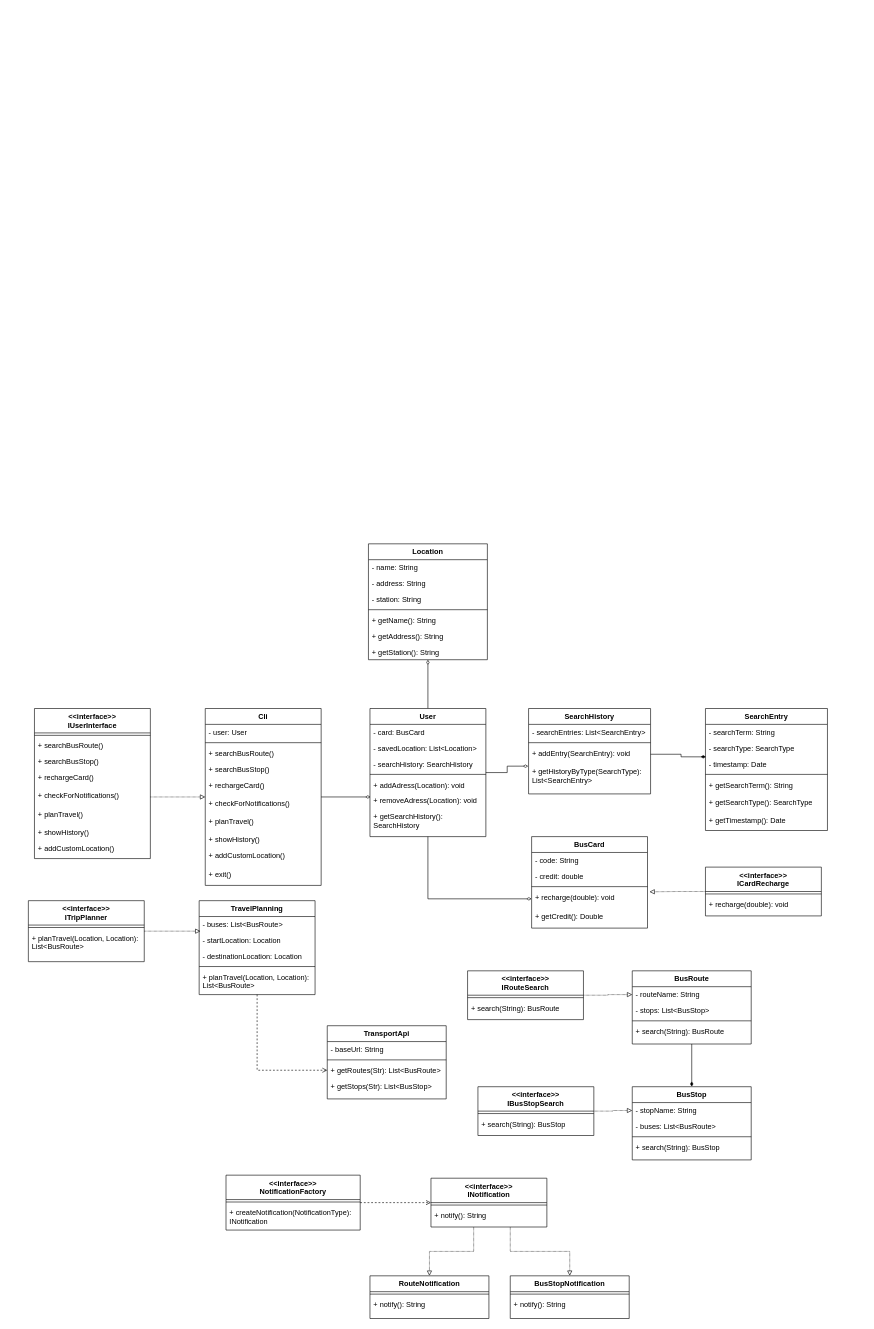
Earlier version of the draw.io diagram page "Class" (2 of 3) of diagrams.drawio (ProyectoFinalSoftwareModeling/SmartCommute). Source tidied: cells renumbered, new cells numbered last; positions are measured from the earlier drawing's top-left corner, leaving out a move shared by most shapes. Both pictures are drawn from the tidied source at 61%, with x=0, y=0 at pixel (28, 544).
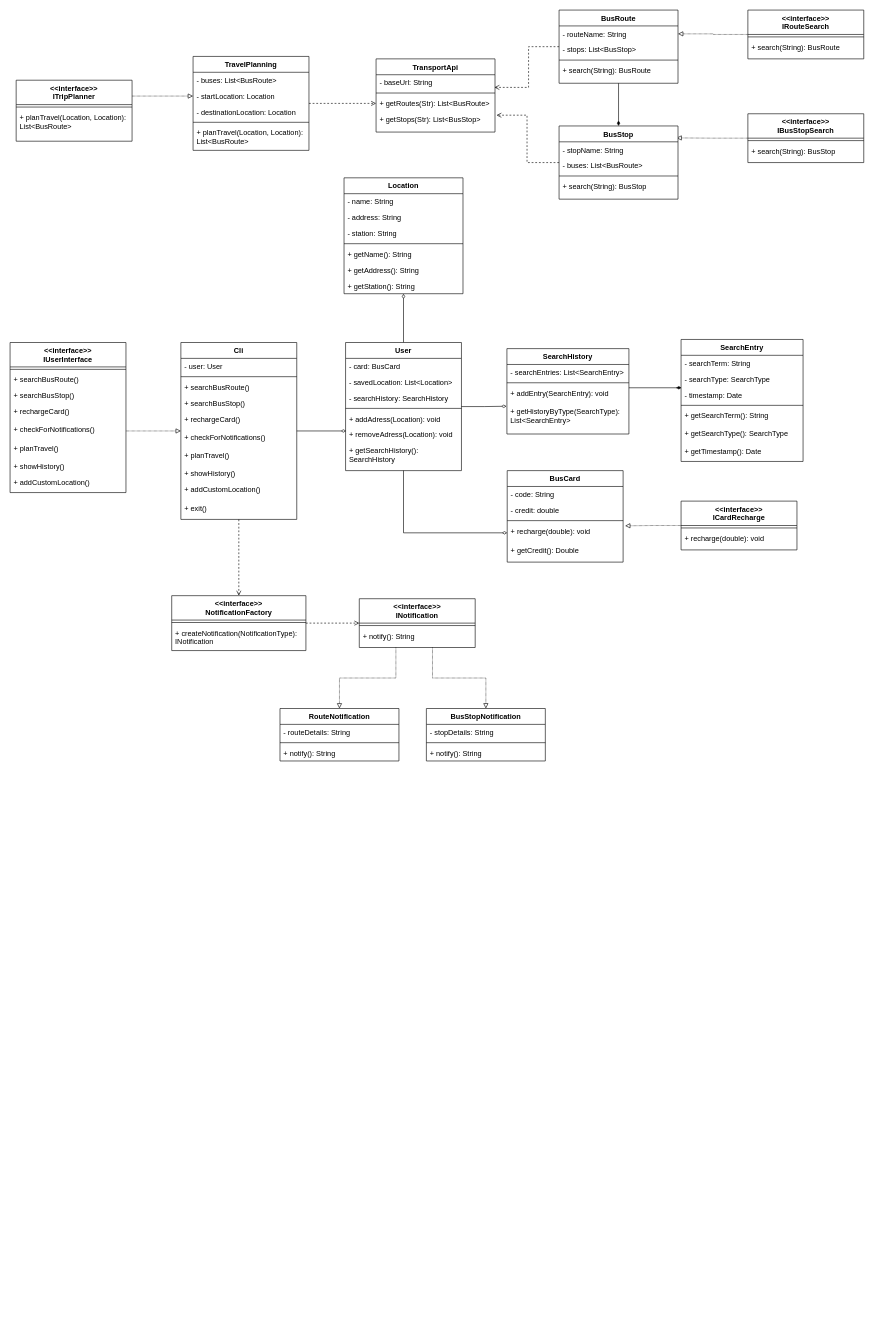
Above is the later version.

Unchanged cells that the change refers to:
```xml
<mxCell id="37" value="- buses: List&lt;BusRoute&gt;" style="text;align=left;verticalAlign=top;spacingLeft=4;spacingRight=4;overflow=hidden;points=[[0,0.5],[1,0.5]];portConstraint=eastwest;rounded=0;shadow=0;html=0;" parent="36" vertex="1">
  <mxGeometry y="26" width="190" height="26" as="geometry" />
</mxCell>
<mxCell id="38" value="- startLocation: Location" style="text;align=left;verticalAlign=top;spacingLeft=4;spacingRight=4;overflow=hidden;points=[[0,0.5],[1,0.5]];portConstraint=eastwest;rounded=0;shadow=0;html=0;" parent="36" vertex="1">
  <mxGeometry y="52" width="190" height="26" as="geometry" />
</mxCell>
<mxCell id="45" value="+ addEntry(SearchEntry): void" style="text;align=left;verticalAlign=top;spacingLeft=4;spacingRight=4;overflow=hidden;points=[[0,0.5],[1,0.5]];portConstraint=eastwest;" parent="42" vertex="1">
  <mxGeometry y="60" width="200" height="30" as="geometry" />
</mxCell>
<mxCell id="62" value="- routeName: String" style="text;align=left;verticalAlign=top;spacingLeft=4;spacingRight=4;overflow=hidden;points=[[0,0.5],[1,0.5]];portConstraint=eastwest;rounded=0;shadow=0;html=0;" parent="61" vertex="1">
  <mxGeometry y="26" width="195" height="26" as="geometry" />
</mxCell>
<mxCell id="71" value="- stopName: String" style="text;align=left;verticalAlign=top;spacingLeft=4;spacingRight=4;overflow=hidden;points=[[0,0.5],[1,0.5]];portConstraint=eastwest;rounded=0;shadow=0;html=0;" parent="70" vertex="1">
  <mxGeometry y="26" width="195" height="26" as="geometry" />
</mxCell>
<mxCell id="94" value="- baseUrl: String" style="text;align=left;verticalAlign=top;spacingLeft=4;spacingRight=4;overflow=hidden;points=[[0,0.5],[1,0.5]];portConstraint=eastwest;rounded=0;shadow=0;html=0;" parent="93" vertex="1">
  <mxGeometry y="26" width="195" height="26" as="geometry" />
</mxCell>
<mxCell id="97" value="+ getStops(Str): List&lt;BusStop&gt;" style="text;align=left;verticalAlign=top;spacingLeft=4;spacingRight=4;overflow=hidden;points=[[0,0.5],[1,0.5]];portConstraint=eastwest;rounded=0;shadow=0;html=0;" parent="93" vertex="1">
  <mxGeometry y="86" width="195" height="26" as="geometry" />
</mxCell>
<mxCell id="110" value="- timestamp: Date" style="text;align=left;verticalAlign=top;spacingLeft=4;spacingRight=4;overflow=hidden;points=[[0,0.5],[1,0.5]];portConstraint=eastwest;rounded=0;shadow=0;html=0;" parent="107" vertex="1">
  <mxGeometry y="78" width="200" height="26" as="geometry" />
</mxCell>
```

What changed in the source:
```diff
@@
     <mxCell id="4" value="User" style="swimlane;fontStyle=1;align=center;verticalAlign=top;horizontal=1;startSize=26;rounded=0;shadow=0;strokeWidth=1;" parent="1" vertex="1">
-      <mxGeometry x="560" y="270" width="190" height="210" as="geometry" />
+      <mxGeometry x="520" y="-330" width="190" height="210" as="geometry" />
     </mxCell>
@@
     <mxCell id="12" value="&lt;&lt;interface&gt;&gt;&#10;IUserInterface" style="swimlane;fontStyle=1;align=center;verticalAlign=top;horizontal=1;startSize=40;rounded=0;shadow=0;strokeWidth=1;" parent="1" vertex="1">
-      <mxGeometry x="10" y="270" width="190" height="246" as="geometry" />
+      <mxGeometry x="-30" y="-330" width="190" height="246" as="geometry" />
     </mxCell>
@@
+    <mxCell id="117" style="edgeStyle=orthogonalEdgeStyle;rounded=0;jettySize=auto;html=1;entryX=0.5;entryY=0;entryDx=0;entryDy=0;dashed=1;endArrow=open;endFill=0;" parent="1" edge="1" source="21" target="87">
+      <mxGeometry relative="1" as="geometry" />
+    </mxCell>
     <mxCell id="21" value="Cli" style="swimlane;fontStyle=1;align=center;verticalAlign=top;horizontal=1;startSize=26;rounded=0;shadow=0;strokeWidth=1;" parent="1" vertex="1">
-      <mxGeometry x="290" y="270" width="190" height="290" as="geometry" />
+      <mxGeometry x="250" y="-330" width="190" height="290" as="geometry" />
     </mxCell>
@@
     <mxCell id="32" value="&lt;&lt;interface&gt;&gt;&#10;ITripPlanner" style="swimlane;fontStyle=1;align=center;verticalAlign=top;horizontal=1;startSize=40;rounded=0;shadow=0;strokeWidth=1;" parent="1" vertex="1">
-      <mxGeometry y="585" width="190" height="100" as="geometry" />
+      <mxGeometry x="-20" y="-760" width="190" height="100" as="geometry" />
     </mxCell>
@@
     <mxCell id="36" value="TravelPlanning" style="swimlane;fontStyle=1;align=center;verticalAlign=top;horizontal=1;startSize=26;rounded=0;shadow=0;strokeWidth=1;" parent="1" vertex="1">
-      <mxGeometry x="280" y="585" width="190" height="154" as="geometry" />
+      <mxGeometry x="270" y="-799" width="190" height="154" as="geometry" />
     </mxCell>
@@
     <mxCell id="42" value="SearchHistory" style="swimlane;fontStyle=1;align=center;verticalAlign=top;horizontal=1;startSize=26;rounded=0;shadow=0;strokeWidth=1;" parent="1" vertex="1">
-      <mxGeometry x="820" y="270" width="200" height="140" as="geometry" />
+      <mxGeometry x="784.5" y="-320" width="200" height="140" as="geometry" />
     </mxCell>
@@
     <mxCell id="47" value="&lt;&lt;interface&gt;&gt;&#10;ICardRecharge" style="swimlane;fontStyle=1;align=center;verticalAlign=top;horizontal=1;startSize=40;rounded=0;shadow=0;strokeWidth=1;" parent="1" vertex="1">
-      <mxGeometry x="1110" y="530" width="190" height="80" as="geometry" />
+      <mxGeometry x="1070" y="-70" width="190" height="80" as="geometry" />
     </mxCell>
@@
     <mxCell id="50" value="BusCard" style="swimlane;fontStyle=1;align=center;verticalAlign=top;horizontal=1;startSize=26;rounded=0;shadow=0;strokeWidth=1;" parent="1" vertex="1">
-      <mxGeometry x="825" y="480" width="190" height="150" as="geometry" />
+      <mxGeometry x="785" y="-120" width="190" height="150" as="geometry" />
     </mxCell>
@@
-    <mxCell id="56" style="edgeStyle=orthogonalEdgeStyle;rounded=0;jettySize=auto;html=1;entryX=0;entryY=0.5;entryDx=0;entryDy=0;endArrow=block;endFill=0;dashed=1;dashPattern=1 1;" parent="1" edge="1" source="57" target="62">
+    <mxCell id="56" style="edgeStyle=orthogonalEdgeStyle;rounded=0;jettySize=auto;html=1;entryX=1;entryY=0.5;entryDx=0;entryDy=0;endArrow=block;endFill=0;dashed=1;dashPattern=1 1;" parent="1" edge="1" source="57" target="62">
       <mxGeometry relative="1" as="geometry" />
     </mxCell>
     <mxCell id="57" value="&lt;&lt;interface&gt;&gt;&#10;IRouteSearch" style="swimlane;fontStyle=1;align=center;verticalAlign=top;horizontal=1;startSize=40;rounded=0;shadow=0;strokeWidth=1;" parent="1" vertex="1">
-      <mxGeometry x="720" y="700" width="190" height="80" as="geometry" />
+      <mxGeometry x="1179.5" y="-875" width="190" height="80" as="geometry" />
     </mxCell>
@@
+    <mxCell id="118" style="edgeStyle=orthogonalEdgeStyle;rounded=0;jettySize=auto;html=1;entryX=0.995;entryY=0.799;entryDx=0;entryDy=0;dashed=1;endArrow=open;endFill=0;entryPerimeter=0;" parent="1" edge="1" source="61" target="94">
+      <mxGeometry relative="1" as="geometry">
+        <Array as="points">
+          <mxPoint x="820" y="-815" />
+          <mxPoint x="820" y="-748" />
+        </Array>
+      </mxGeometry>
+    </mxCell>
     <mxCell id="61" value="BusRoute" style="swimlane;fontStyle=1;align=center;verticalAlign=top;horizontal=1;startSize=26;rounded=0;shadow=0;strokeWidth=1;" parent="1" vertex="1">
-      <mxGeometry x="990" y="700" width="195" height="120" as="geometry" />
+      <mxGeometry x="870" y="-875" width="195" height="120" as="geometry" />
     </mxCell>
@@
-    <mxCell id="66" style="edgeStyle=orthogonalEdgeStyle;rounded=0;jettySize=auto;html=1;entryX=0;entryY=0.5;entryDx=0;entryDy=0;endArrow=block;endFill=0;dashed=1;dashPattern=1 1;" parent="1" edge="1" source="67" target="71">
+    <mxCell id="66" style="edgeStyle=orthogonalEdgeStyle;rounded=0;jettySize=auto;html=1;endArrow=block;endFill=0;dashed=1;dashPattern=1 1;entryX=0.987;entryY=0.163;entryDx=0;entryDy=0;entryPerimeter=0;" parent="1" edge="1" source="67" target="70">
       <mxGeometry relative="1" as="geometry" />
     </mxCell>
     <mxCell id="67" value="&lt;&lt;interface&gt;&gt;&#10;IBusStopSearch" style="swimlane;fontStyle=1;align=center;verticalAlign=top;horizontal=1;startSize=40;rounded=0;shadow=0;strokeWidth=1;" parent="1" vertex="1">
-      <mxGeometry x="737" y="890" width="190" height="80" as="geometry" />
+      <mxGeometry x="1179.5" y="-705" width="190" height="80" as="geometry" />
     </mxCell>
@@
     <mxCell id="70" value="BusStop" style="swimlane;fontStyle=1;align=center;verticalAlign=top;horizontal=1;startSize=26;rounded=0;shadow=0;strokeWidth=1;" parent="1" vertex="1">
-      <mxGeometry x="990" y="890" width="195" height="120" as="geometry" />
+      <mxGeometry x="870" y="-685" width="195" height="120" as="geometry" />
     </mxCell>
@@
     <mxCell id="75" style="edgeStyle=orthogonalEdgeStyle;rounded=0;jettySize=auto;html=1;entryX=0.5;entryY=0;entryDx=0;entryDy=0;endArrow=block;endFill=0;dashed=1;dashPattern=1 1;" parent="1" edge="1" source="77" target="80">
       <mxGeometry relative="1" as="geometry">
         <Array as="points">
-          <mxPoint x="730" y="1160" />
-          <mxPoint x="658" y="1160" />
+          <mxPoint x="602.5" y="220" />
+          <mxPoint x="510.5" y="220" />
         </Array>
       </mxGeometry>
     </mxCell>
     <mxCell id="76" style="edgeStyle=orthogonalEdgeStyle;rounded=0;jettySize=auto;html=1;entryX=0.5;entryY=0;entryDx=0;entryDy=0;dashed=1;dashPattern=1 1;endArrow=block;endFill=0;" parent="1" edge="1" source="77" target="83">
       <mxGeometry relative="1" as="geometry">
         <Array as="points">
-          <mxPoint x="790" y="1160" />
-          <mxPoint x="888" y="1160" />
+          <mxPoint x="662.5" y="220" />
+          <mxPoint x="750.5" y="220" />
         </Array>
       </mxGeometry>
     </mxCell>
     <mxCell id="77" value="&lt;&lt;interface&gt;&gt;&#10;INotification" style="swimlane;fontStyle=1;align=center;verticalAlign=top;horizontal=1;startSize=40;rounded=0;shadow=0;strokeWidth=1;" parent="1" vertex="1">
-      <mxGeometry x="660" y="1040" width="190" height="80" as="geometry" />
+      <mxGeometry x="542.5" y="90" width="190" height="80" as="geometry" />
     </mxCell>
@@
     <mxCell id="80" value="RouteNotification" style="swimlane;fontStyle=1;align=center;verticalAlign=top;horizontal=1;startSize=26;rounded=0;shadow=0;strokeWidth=1;" parent="1" vertex="1">
-      <mxGeometry x="560" y="1200" width="195" height="70" as="geometry" />
+      <mxGeometry x="412.5" y="270" width="195" height="86" as="geometry" />
     </mxCell>
+    <mxCell id="119" value="- routeDetails: String" style="text;align=left;verticalAlign=top;spacingLeft=4;spacingRight=4;overflow=hidden;rounded=0;shadow=0;html=0;" parent="80" vertex="1">
+      <mxGeometry y="26" width="195" height="26" as="geometry" />
+    </mxCell>
     <mxCell id="81" style="line;html=1;strokeWidth=1;align=left;verticalAlign=middle;spacingTop=-1;spacingLeft=3;spacingRight=3;labelPosition=right;" parent="80" vertex="1">
-      <mxGeometry y="26" width="195" height="8" as="geometry" />
+      <mxGeometry y="52" width="195" height="8" as="geometry" />
     </mxCell>
     <mxCell id="82" value="+ notify(): String" style="text;align=left;verticalAlign=top;spacingLeft=4;spacingRight=4;overflow=hidden;rounded=0;shadow=0;html=0;" parent="80" vertex="1">
-      <mxGeometry y="34" width="195" height="26" as="geometry" />
+      <mxGeometry y="60" width="195" height="26" as="geometry" />
     </mxCell>
     <mxCell id="83" value="BusStopNotification" style="swimlane;fontStyle=1;align=center;verticalAlign=top;horizontal=1;startSize=26;rounded=0;shadow=0;strokeWidth=1;" parent="1" vertex="1">
-      <mxGeometry x="790" y="1200" width="195" height="70" as="geometry" />
+      <mxGeometry x="652.5" y="270" width="195" height="86" as="geometry" />
     </mxCell>
+    <mxCell id="120" value="- stopDetails: String" style="text;align=left;verticalAlign=top;spacingLeft=4;spacingRight=4;overflow=hidden;rounded=0;shadow=0;html=0;" parent="83" vertex="1">
+      <mxGeometry y="26" width="195" height="26" as="geometry" />
+    </mxCell>
     <mxCell id="84" style="line;html=1;strokeWidth=1;align=left;verticalAlign=middle;spacingTop=-1;spacingLeft=3;spacingRight=3;labelPosition=right;" parent="83" vertex="1">
-      <mxGeometry y="26" width="195" height="8" as="geometry" />
+      <mxGeometry y="52" width="195" height="8" as="geometry" />
     </mxCell>
     <mxCell id="85" value="+ notify(): String" style="text;align=left;verticalAlign=top;spacingLeft=4;spacingRight=4;overflow=hidden;rounded=0;shadow=0;html=0;" parent="83" vertex="1">
-      <mxGeometry y="34" width="195" height="26" as="geometry" />
+      <mxGeometry y="60" width="195" height="26" as="geometry" />
     </mxCell>
@@
     <mxCell id="87" value="&lt;&lt;interface&gt;&gt;&#10;NotificationFactory" style="swimlane;fontStyle=1;align=center;verticalAlign=top;horizontal=1;startSize=40;rounded=0;shadow=0;strokeWidth=1;" parent="1" vertex="1">
-      <mxGeometry x="324" y="1035" width="220" height="90" as="geometry" />
+      <mxGeometry x="235" y="85" width="220" height="90" as="geometry" />
     </mxCell>
@@
-    <mxCell id="92" style="edgeStyle=orthogonalEdgeStyle;rounded=0;jettySize=auto;html=1;entryX=0.011;entryY=0.923;entryDx=0;entryDy=0;entryPerimeter=0;dashed=1;endArrow=block;endFill=0;dashPattern=1 1;" parent="1" edge="1" source="32" target="37">
+    <mxCell id="92" style="edgeStyle=orthogonalEdgeStyle;rounded=0;jettySize=auto;html=1;entryX=0;entryY=0.5;entryDx=0;entryDy=0;dashed=1;endArrow=block;endFill=0;dashPattern=1 1;" parent="1" edge="1" source="32" target="38">
       <mxGeometry relative="1" as="geometry">
         <Array as="points">
-          <mxPoint x="220" y="635" />
-          <mxPoint x="220" y="635" />
+          <mxPoint x="220" y="-734" />
+          <mxPoint x="220" y="-734" />
         </Array>
       </mxGeometry>
     </mxCell>
     <mxCell id="93" value="TransportApi" style="swimlane;fontStyle=1;align=center;verticalAlign=top;horizontal=1;startSize=26;rounded=0;shadow=0;strokeWidth=1;" parent="1" vertex="1">
-      <mxGeometry x="490" y="790" width="195" height="120" as="geometry" />
+      <mxGeometry x="570" y="-795" width="195" height="120" as="geometry" />
     </mxCell>
@@
     <mxCell id="99" value="Location" style="swimlane;fontStyle=1;align=center;verticalAlign=top;horizontal=1;startSize=26;rounded=0;shadow=0;strokeWidth=1;" parent="1" vertex="1">
-      <mxGeometry x="557.5" width="195" height="190" as="geometry" />
+      <mxGeometry x="517.5" y="-600" width="195" height="190" as="geometry" />
     </mxCell>
@@
     <mxCell id="107" value="SearchEntry" style="swimlane;fontStyle=1;align=center;verticalAlign=top;horizontal=1;startSize=26;rounded=0;shadow=0;strokeWidth=1;" parent="1" vertex="1">
-      <mxGeometry x="1110" y="270" width="200" height="200" as="geometry" />
+      <mxGeometry x="1070" y="-335" width="200" height="200" as="geometry" />
     </mxCell>
@@
     <mxCell id="115" style="edgeStyle=orthogonalEdgeStyle;rounded=0;jettySize=auto;html=1;entryX=0.004;entryY=0.048;entryDx=0;entryDy=0;entryPerimeter=0;endArrow=diamondThin;endFill=1;" parent="1" edge="1" source="45" target="110">
       <mxGeometry relative="1" as="geometry">
         <Array as="points">
-          <mxPoint x="1070" y="345" />
-          <mxPoint x="1070" y="349" />
+          <mxPoint x="1063.5" y="-255" />
         </Array>
       </mxGeometry>
     </mxCell>
@@
+    <mxCell id="121" style="edgeStyle=orthogonalEdgeStyle;rounded=0;jettySize=auto;html=1;entryX=1.012;entryY=0.244;entryDx=0;entryDy=0;entryPerimeter=0;endArrow=open;endFill=0;dashed=1;" parent="1" edge="1" source="70" target="97">
+      <mxGeometry relative="1" as="geometry" />
+    </mxCell>
```
